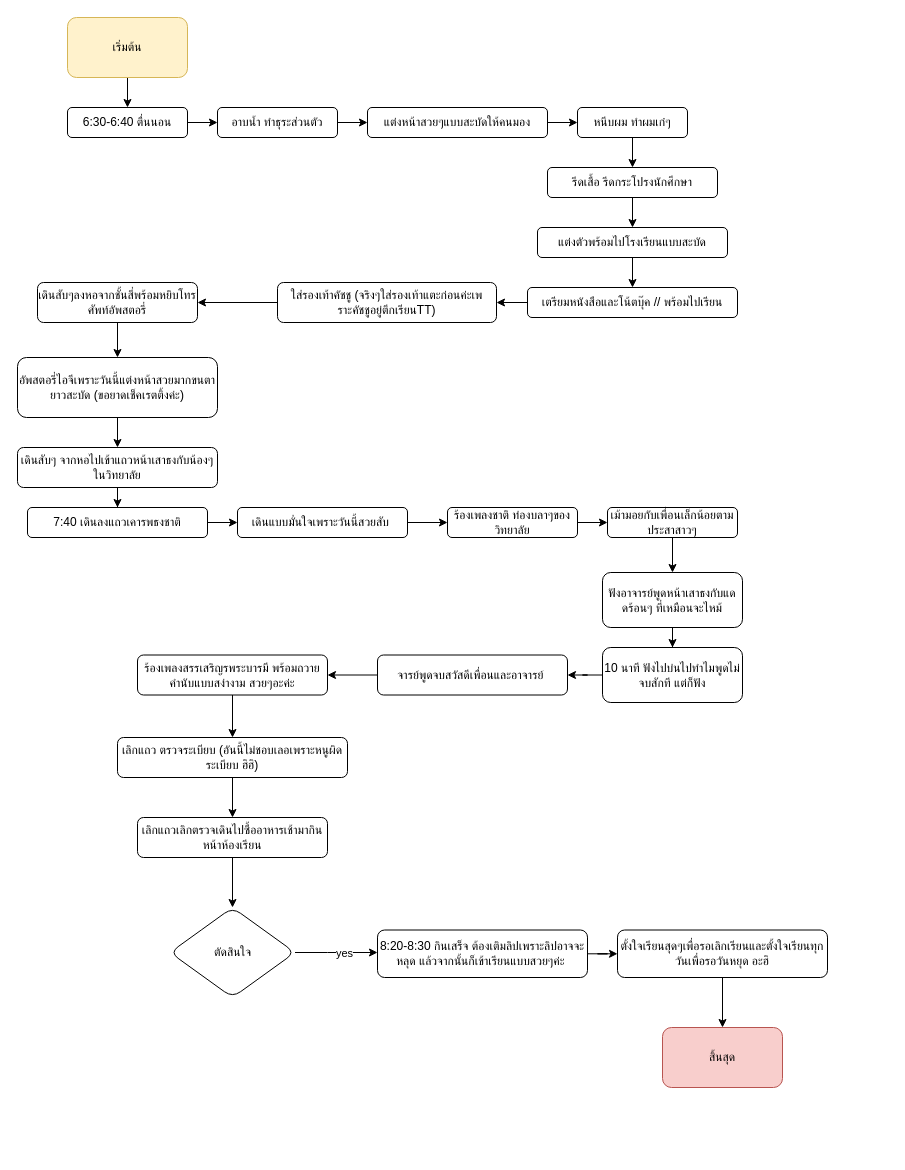
The draw.io diagram แบบแผนที่ยังไม่ได้ตั้งชื่อ.drawio in justums/wannisa_um, before the edit. Source tidied: cells renumbered, new cells numbered last; positions are measured from the earlier drawing's top-left corner, leaving out a move shared by most shapes. Both pictures are drawn from the tidied source at 100%, with x=0, y=0 at pixel (17, 17).
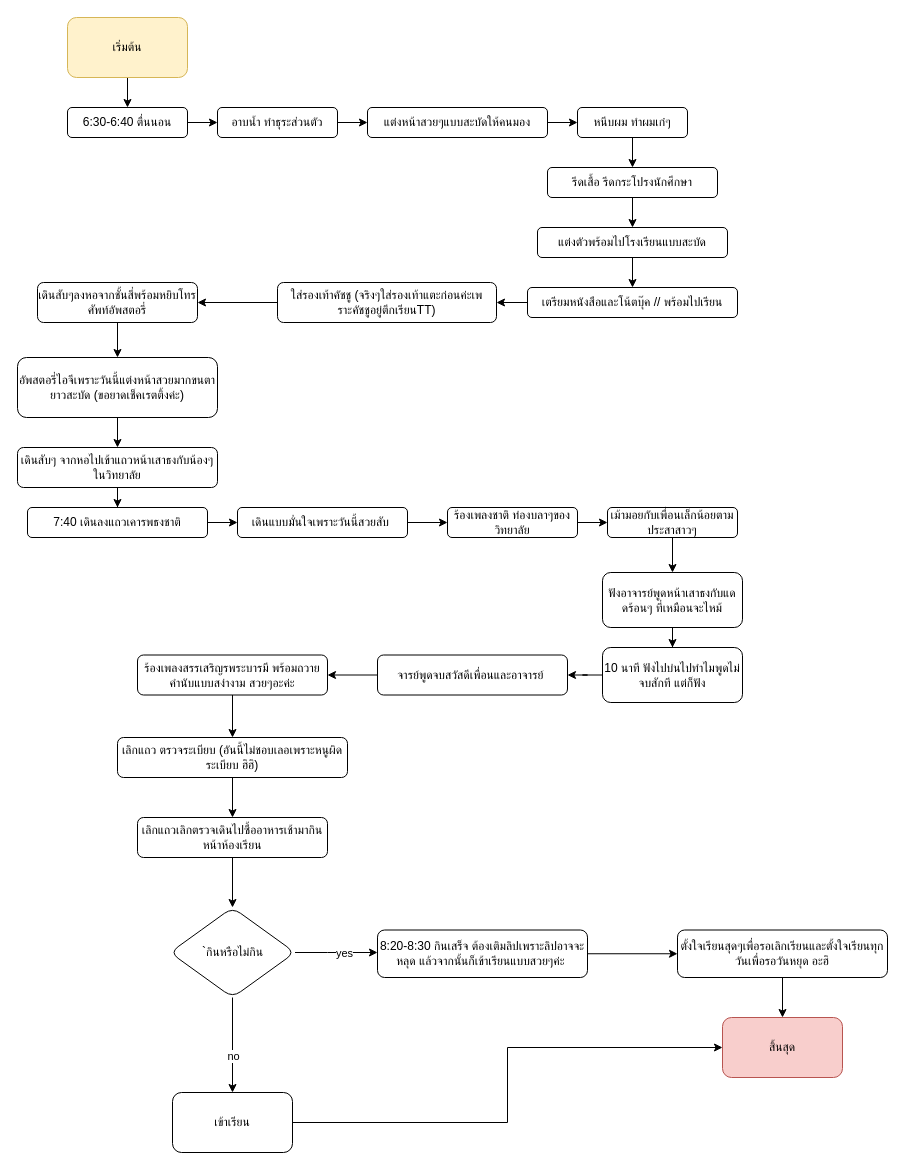
The same page after the edit.

What changed in the source:
```diff
@@
+    <mxCell id="54" style="edgeStyle=orthogonalEdgeStyle;rounded=0;jettySize=auto;html=1;" parent="1" edge="1" source="48" target="57">
+      <mxGeometry relative="1" as="geometry" />
+    </mxCell>
+    <mxCell id="55" value="no" style="edgeLabel;html=1;align=center;verticalAlign=middle;" parent="54" vertex="1">
+      <mxGeometry x="0.22" relative="1" as="geometry" />
+    </mxCell>
-    <mxCell id="48" value="ตัดสินใจ" style="rhombus;whiteSpace=wrap;html=1;rounded=1;" parent="1" vertex="1">
+    <mxCell id="48" value="`กินหรือไม่กิน" style="rhombus;whiteSpace=wrap;html=1;rounded=1;" parent="1" vertex="1">
       <mxGeometry x="152.5" y="890" width="125" height="90" as="geometry" />
     </mxCell>
@@
     <mxCell id="52" value="ตั้งใจเรียนสุดๆเพื่อรอเลิกเรียนและตั้งใจเรียนทุกวันเพื่อรอวันหยุด อะฮิ" style="rounded=1;whiteSpace=wrap;html=1;" parent="1" vertex="1">
-      <mxGeometry x="600" y="912.5" width="210" height="47.5" as="geometry" />
+      <mxGeometry x="660" y="912.5" width="210" height="47.5" as="geometry" />
     </mxCell>
     <mxCell id="53" value="สิ้นสุด" style="whiteSpace=wrap;html=1;rounded=1;fillColor=#f8cecc;strokeColor=#b85450;" parent="1" vertex="1">
-      <mxGeometry x="645" y="1010" width="120" height="60" as="geometry" />
+      <mxGeometry x="705" y="1000" width="120" height="60" as="geometry" />
     </mxCell>
+    <mxCell id="56" style="edgeStyle=orthogonalEdgeStyle;rounded=0;jettySize=auto;html=1;exitX=1;exitY=0.5;exitDx=0;exitDy=0;entryX=0;entryY=0.5;entryDx=0;entryDy=0;" parent="1" edge="1" source="57" target="53">
+      <mxGeometry relative="1" as="geometry" />
+    </mxCell>
+    <mxCell id="57" value="เข้าเรียน" style="whiteSpace=wrap;html=1;rounded=1;" parent="1" vertex="1">
+      <mxGeometry x="155" y="1075" width="120" height="60" as="geometry" />
+    </mxCell>
```
